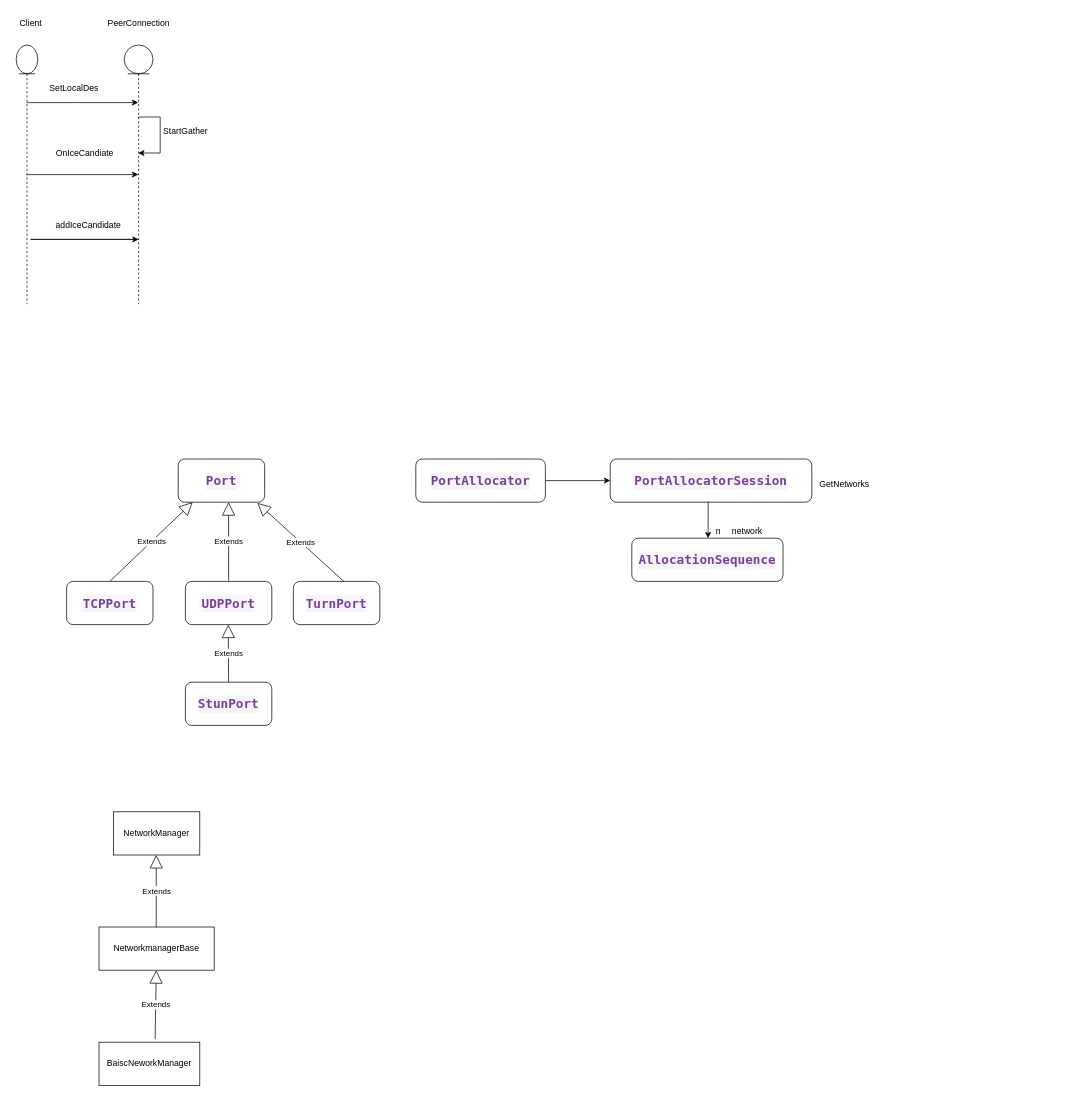
Before: page "P2P" (9 of 9) of congestion.drawio in shcalm/repo_drawio, a draw.io diagram. Source tidied: cells renumbered, new cells numbered last; positions are measured from the earlier drawing's top-left corner, leaving out a move shared by most shapes. Both pictures are drawn from the tidied source at 72%, with x=0, y=0 at pixel (12, 12).
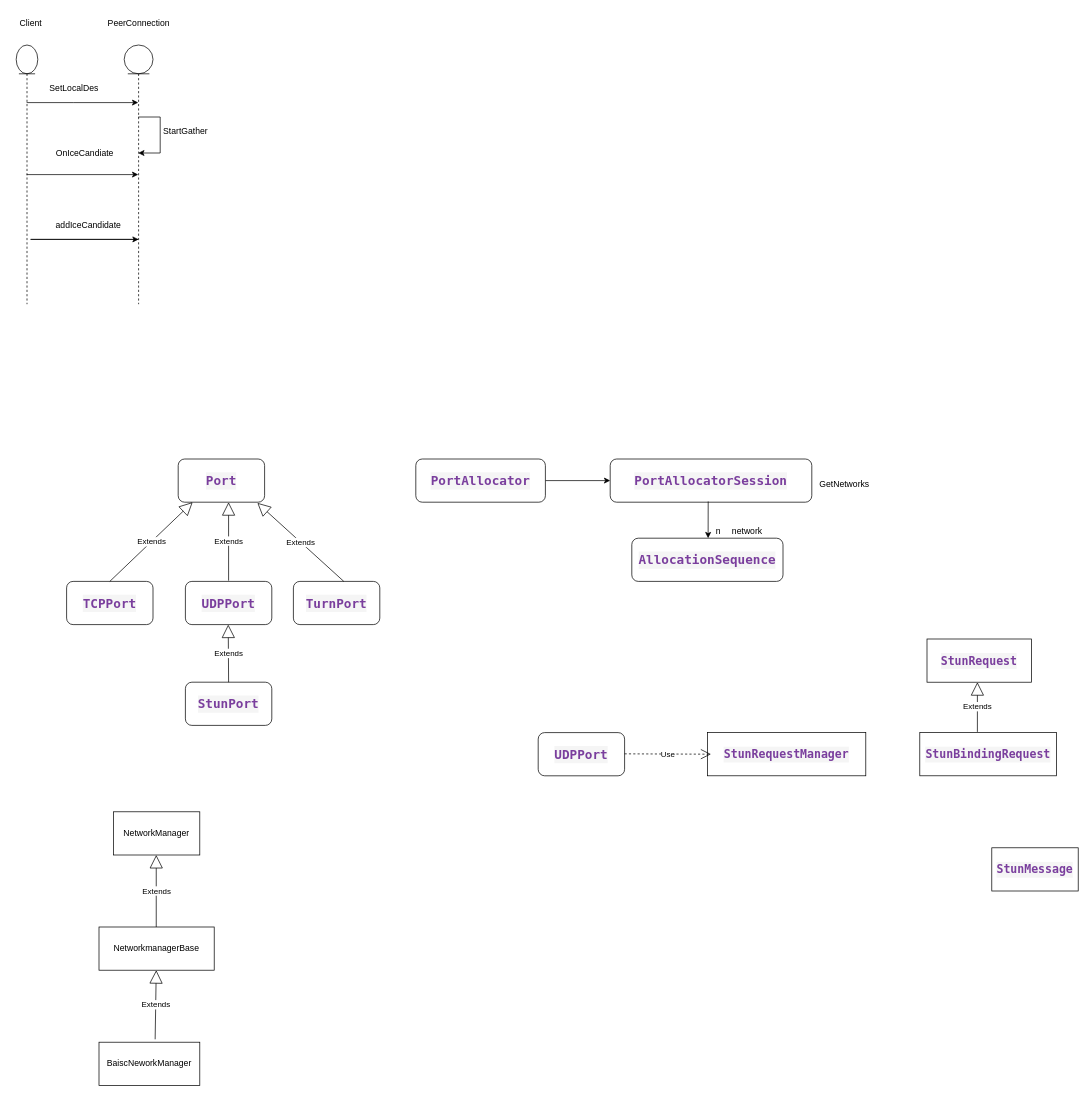
After the change.

Diff of the diagram source:
```diff
@@
+    <mxCell id="36" value="&lt;div style=&quot;color: rgb(51, 51, 51); background-color: rgb(245, 245, 245); font-family: &amp;quot;Droid Sans Mono&amp;quot;, &amp;quot;monospace&amp;quot;, monospace; font-weight: normal; font-size: 16px; line-height: 22px;&quot;&gt;&lt;div&gt;&lt;span style=&quot;color: #7a3e9d;font-weight: bold;&quot;&gt;StunRequestManager&lt;/span&gt;&lt;/div&gt;&lt;/div&gt;" style="rounded=0;whiteSpace=wrap;html=1;" parent="1" vertex="1">
+      <mxGeometry x="965" y="1000" width="220" height="60" as="geometry" />
+    </mxCell>
+    <mxCell id="37" value="&lt;div style=&quot;color: rgb(51, 51, 51); background-color: rgb(245, 245, 245); font-family: &amp;quot;Droid Sans Mono&amp;quot;, &amp;quot;monospace&amp;quot;, monospace; font-weight: normal; font-size: 17.6px; line-height: 24px;&quot;&gt;&lt;div&gt;&lt;span style=&quot;color: #7a3e9d;font-weight: bold;&quot;&gt;UDPPort&lt;/span&gt;&lt;/div&gt;&lt;/div&gt;" style="rounded=1;whiteSpace=wrap;html=1;" parent="1" vertex="1">
+      <mxGeometry x="730" y="1000" width="120" height="60" as="geometry" />
+    </mxCell>
+    <mxCell id="38" value="Use" style="endArrow=open;endSize=12;dashed=1;html=1;rounded=0;" parent="1" edge="1">
+      <mxGeometry relative="1" as="geometry">
+        <mxPoint x="850" y="1029.5" as="sourcePoint" />
+        <mxPoint x="970" y="1030" as="targetPoint" />
+      </mxGeometry>
+    </mxCell>
+    <mxCell id="39" value="&lt;div style=&quot;color: rgb(51, 51, 51); background-color: rgb(245, 245, 245); font-family: &amp;quot;Droid Sans Mono&amp;quot;, &amp;quot;monospace&amp;quot;, monospace; font-weight: normal; font-size: 16px; line-height: 22px;&quot;&gt;&lt;div&gt;&lt;span style=&quot;color: #7a3e9d;font-weight: bold;&quot;&gt;StunBindingRequest&lt;/span&gt;&lt;/div&gt;&lt;/div&gt;" style="rounded=0;whiteSpace=wrap;html=1;" parent="1" vertex="1">
+      <mxGeometry x="1260" y="1000" width="190" height="60" as="geometry" />
+    </mxCell>
+    <mxCell id="40" value="Extends" style="endArrow=block;endSize=16;endFill=0;html=1;rounded=0;" parent="1" edge="1">
+      <mxGeometry relative="1" as="geometry">
+        <mxPoint x="1340" y="999" as="sourcePoint" />
+        <mxPoint x="1340" y="930" as="targetPoint" />
+      </mxGeometry>
+    </mxCell>
+    <mxCell id="41" value="&lt;div style=&quot;color: rgb(51, 51, 51); background-color: rgb(245, 245, 245); font-family: &amp;quot;Droid Sans Mono&amp;quot;, &amp;quot;monospace&amp;quot;, monospace; font-weight: normal; font-size: 16px; line-height: 22px;&quot;&gt;&lt;div&gt;&lt;span style=&quot;color: #7a3e9d;font-weight: bold;&quot;&gt;StunRequest&lt;/span&gt;&lt;/div&gt;&lt;/div&gt;" style="rounded=0;whiteSpace=wrap;html=1;" parent="1" vertex="1">
+      <mxGeometry x="1270" y="870" width="145" height="60" as="geometry" />
+    </mxCell>
+    <mxCell id="42" value="&lt;div style=&quot;color: rgb(51, 51, 51); background-color: rgb(245, 245, 245); font-family: &amp;quot;Droid Sans Mono&amp;quot;, &amp;quot;monospace&amp;quot;, monospace; font-weight: normal; font-size: 16px; line-height: 22px;&quot;&gt;&lt;div&gt;&lt;span style=&quot;color: #7a3e9d;font-weight: bold;&quot;&gt;StunMessage&lt;/span&gt;&lt;/div&gt;&lt;/div&gt;" style="rounded=0;whiteSpace=wrap;html=1;" parent="1" vertex="1">
+      <mxGeometry x="1360" y="1160" width="120" height="60" as="geometry" />
+    </mxCell>
```
